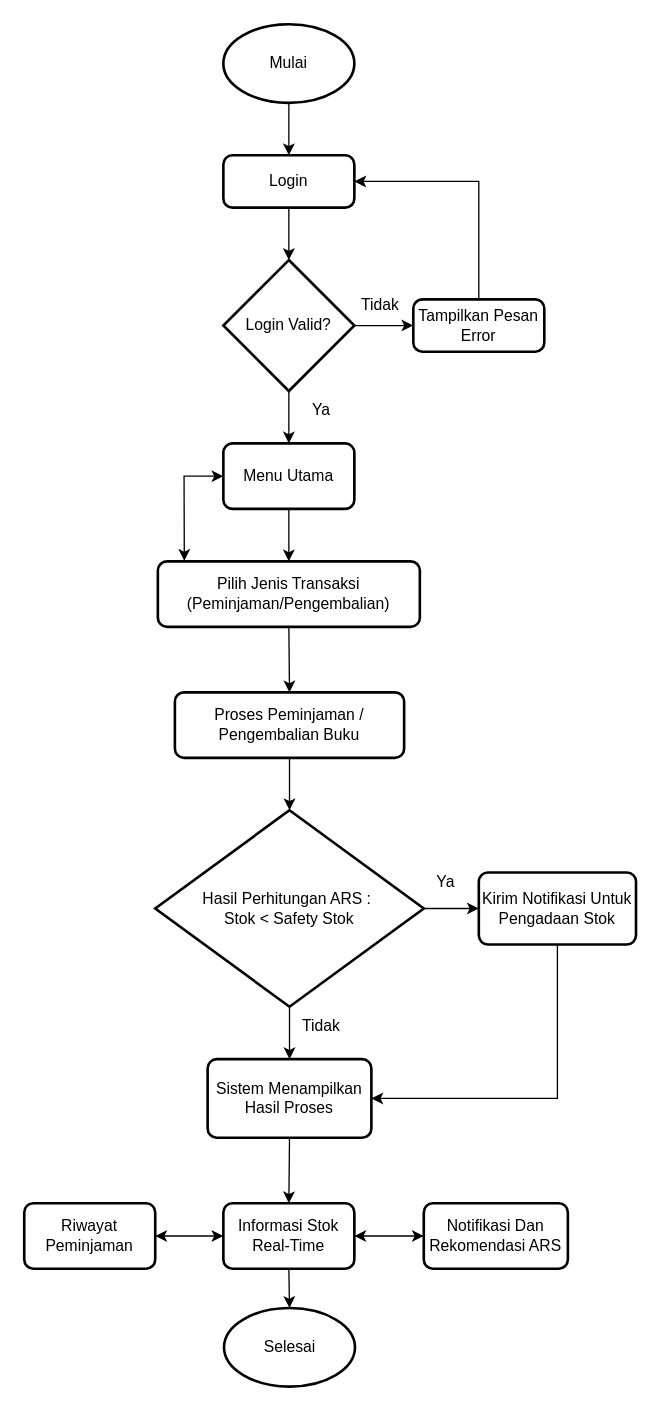
Earlier version of the draw.io diagram page "flowchart" (17 of 17) of Use case.drawio (DikiDrim/FileSkripsi). Source tidied: cells renumbered, new cells numbered last; positions are measured from the earlier drawing's top-left corner, leaving out a move shared by most shapes. Both pictures are drawn from the tidied source at 131%, with x=0, y=0 at pixel (24, 24).
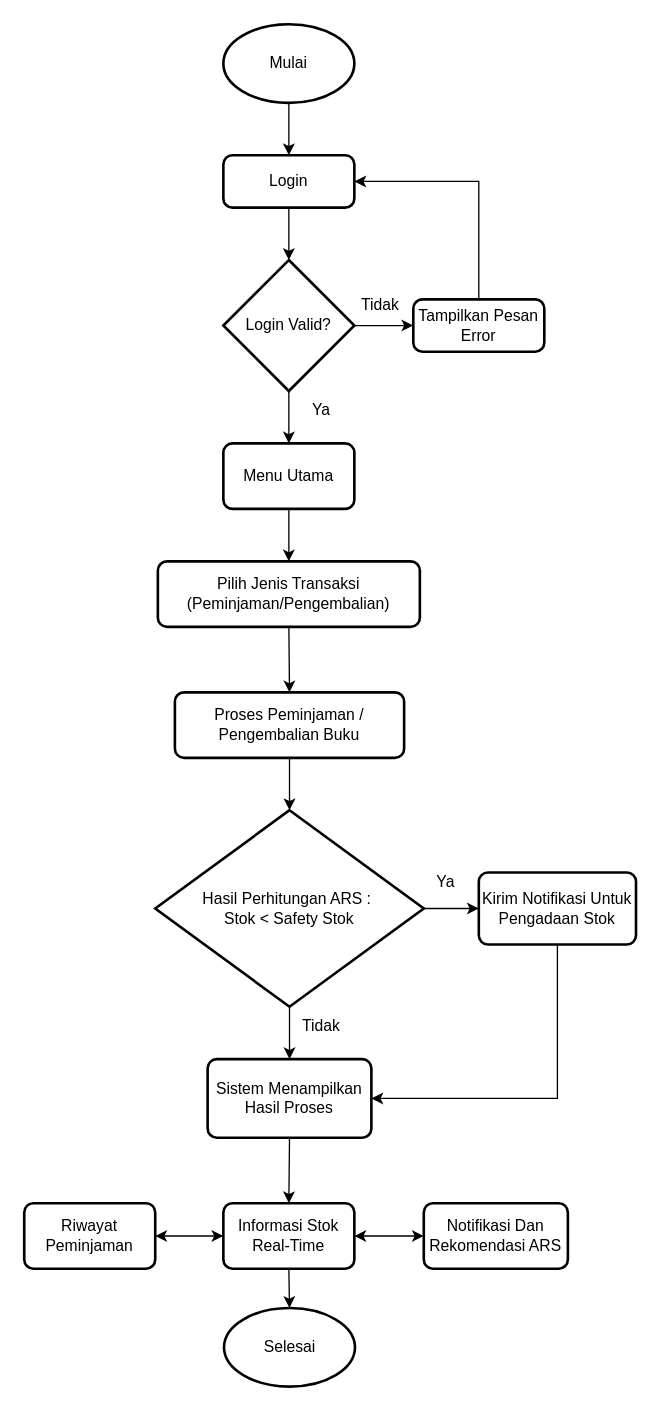
The same diagram, later.

The change refers to these unchanged cells:
```xml
<mxCell id="6" value="Menu Utama" style="rounded=1;whiteSpace=wrap;html=1;absoluteArcSize=1;arcSize=14;strokeWidth=2;" parent="1" vertex="1">
  <mxGeometry x="152" y="320" width="100" height="50" as="geometry" />
</mxCell>
<mxCell id="20" value="Pilih Jenis Transaksi&lt;div&gt;(Peminjaman/Pengembalian)&lt;/div&gt;" style="rounded=1;whiteSpace=wrap;html=1;absoluteArcSize=1;arcSize=14;strokeWidth=2;" parent="1" vertex="1">
  <mxGeometry x="102" y="410" width="200" height="50" as="geometry" />
</mxCell>
```

Diff of the diagram source:
```diff
@@
-    <mxCell id="24" style="endArrow=classic;startArrow=classic;html=1;rounded=0;exitX=0;exitY=0.5;exitDx=0;exitDy=0;entryX=0.101;entryY=-0.008;entryDx=0;entryDy=0;entryPerimeter=0;" parent="1" edge="1" source="6" target="20">
-      <mxGeometry relative="1" as="geometry">
-        <Array as="points">
-          <mxPoint x="122" y="345" />
-        </Array>
-      </mxGeometry>
-    </mxCell>
```
